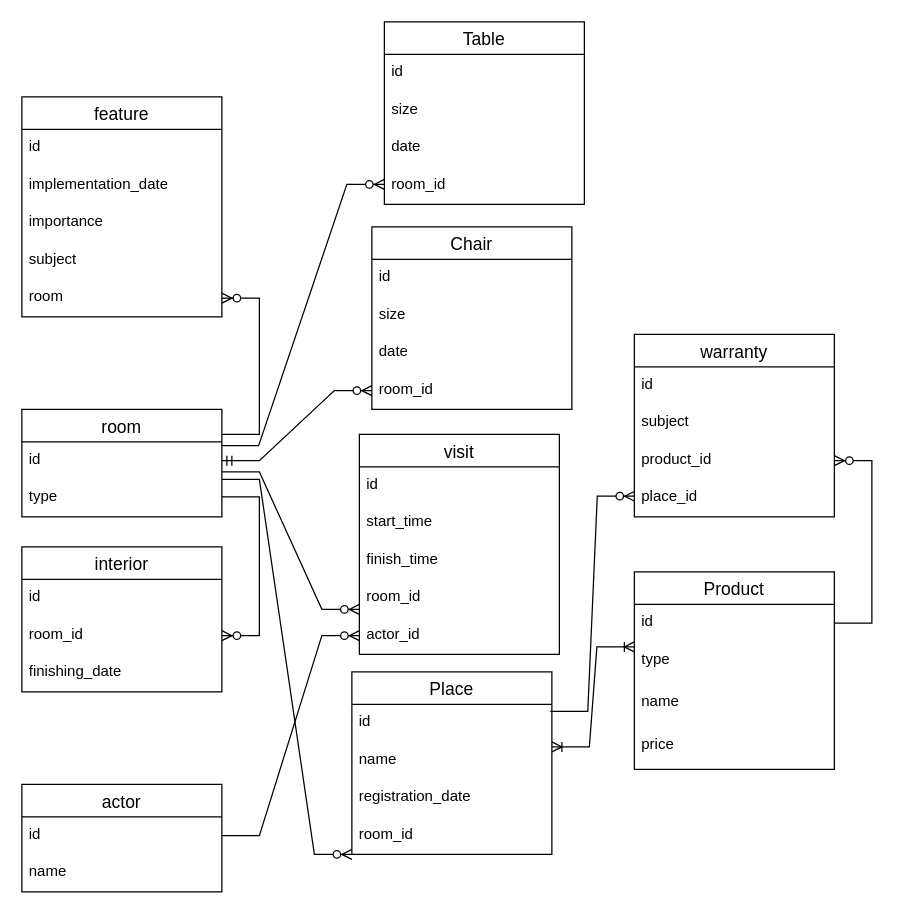
ShchA317/DBs keeps this draw.io diagram as lab1/images/Диаграмма без названия.drawio. Above is the earlier version. Source tidied: cells renumbered, new cells numbered last; positions are measured from the earlier drawing's top-left corner, leaving out a move shared by most shapes. Both pictures are drawn from the tidied source at 125%, with x=0, y=0 at pixel (-66, -68).
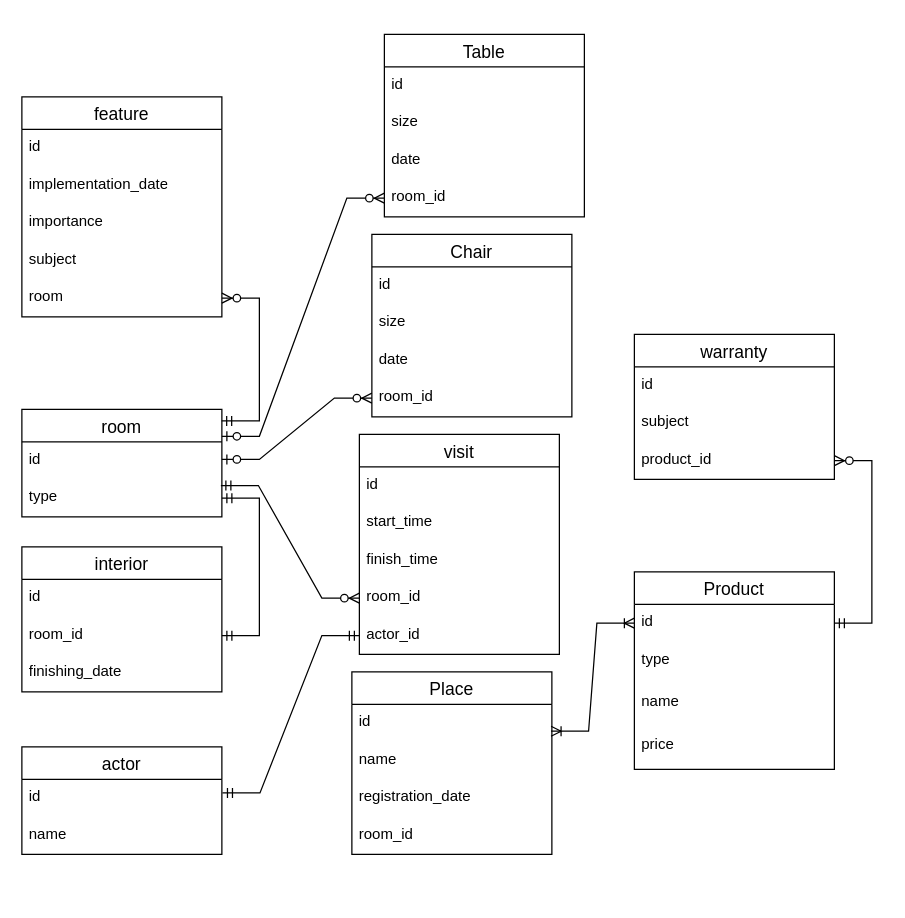
After the change.

Commit message:
диаграмма без циклической зависимости и с красивыми стрелочками

Unchanged cells that the change refers to:
```xml
<mxCell id="6" value="room_id" style="text;strokeColor=none;fillColor=none;spacingLeft=4;spacingRight=4;overflow=hidden;points=[[0,0.5],[1,0.5]];portConstraint=eastwest;fontSize=12;whiteSpace=wrap;html=1;" parent="2" vertex="1">
  <mxGeometry y="116" width="160" height="30" as="geometry" />
</mxCell>
<mxCell id="8" value="id" style="text;strokeColor=none;fillColor=none;spacingLeft=4;spacingRight=4;overflow=hidden;points=[[0,0.5],[1,0.5]];portConstraint=eastwest;fontSize=12;whiteSpace=wrap;html=1;" parent="7" vertex="1">
  <mxGeometry y="26" width="160" height="30" as="geometry" />
</mxCell>
<mxCell id="14" value="room_id" style="text;strokeColor=none;fillColor=none;spacingLeft=4;spacingRight=4;overflow=hidden;points=[[0,0.5],[1,0.5]];portConstraint=eastwest;fontSize=12;whiteSpace=wrap;html=1;" parent="12" vertex="1">
  <mxGeometry y="56" width="160" height="30" as="geometry" />
</mxCell>
<mxCell id="17" value="id" style="text;strokeColor=none;fillColor=none;spacingLeft=4;spacingRight=4;overflow=hidden;points=[[0,0.5],[1,0.5]];portConstraint=eastwest;fontSize=12;whiteSpace=wrap;html=1;" parent="16" vertex="1">
  <mxGeometry y="26" width="160" height="30" as="geometry" />
</mxCell>
<mxCell id="25" value="room_id" style="text;strokeColor=none;fillColor=none;spacingLeft=4;spacingRight=4;overflow=hidden;points=[[0,0.5],[1,0.5]];portConstraint=eastwest;fontSize=12;whiteSpace=wrap;html=1;" parent="21" vertex="1">
  <mxGeometry y="116" width="160" height="30" as="geometry" />
</mxCell>
<mxCell id="30" value="room_id" style="text;strokeColor=none;fillColor=none;spacingLeft=4;spacingRight=4;overflow=hidden;points=[[0,0.5],[1,0.5]];portConstraint=eastwest;fontSize=12;whiteSpace=wrap;html=1;" parent="26" vertex="1">
  <mxGeometry y="116" width="160" height="30" as="geometry" />
</mxCell>
<mxCell id="31" value="actor_id" style="text;strokeColor=none;fillColor=none;spacingLeft=4;spacingRight=4;overflow=hidden;points=[[0,0.5],[1,0.5]];portConstraint=eastwest;fontSize=12;whiteSpace=wrap;html=1;" parent="26" vertex="1">
  <mxGeometry y="146" width="160" height="30" as="geometry" />
</mxCell>
<mxCell id="37" value="room" style="text;strokeColor=none;fillColor=none;spacingLeft=4;spacingRight=4;overflow=hidden;points=[[0,0.5],[1,0.5]];portConstraint=eastwest;fontSize=12;whiteSpace=wrap;html=1;" parent="32" vertex="1">
  <mxGeometry y="146" width="160" height="30" as="geometry" />
</mxCell>
<mxCell id="41" value="product_id" style="text;strokeColor=none;fillColor=none;spacingLeft=4;spacingRight=4;overflow=hidden;points=[[0,0.5],[1,0.5]];portConstraint=eastwest;fontSize=12;whiteSpace=wrap;html=1;" parent="38" vertex="1">
  <mxGeometry y="86" width="160" height="30" as="geometry" />
</mxCell>
<mxCell id="43" value="room" style="swimlane;fontStyle=0;horizontal=1;startSize=26;align=center;fontSize=14;" parent="1" vertex="1">
  <mxGeometry x="70" y="381" width="160" height="86" as="geometry" />
</mxCell>
<mxCell id="44" value="id" style="text;strokeColor=none;fillColor=none;spacingLeft=4;spacingRight=4;overflow=hidden;points=[[0,0.5],[1,0.5]];portConstraint=eastwest;fontSize=12;whiteSpace=wrap;html=1;" parent="43" vertex="1">
  <mxGeometry y="26" width="160" height="30" as="geometry" />
</mxCell>
<mxCell id="45" value="type" style="text;strokeColor=none;fillColor=none;spacingLeft=4;spacingRight=4;overflow=hidden;points=[[0,0.5],[1,0.5]];portConstraint=eastwest;fontSize=12;whiteSpace=wrap;html=1;" parent="43" vertex="1">
  <mxGeometry y="56" width="160" height="30" as="geometry" />
</mxCell>
<mxCell id="47" value="id" style="text;strokeColor=none;fillColor=none;spacingLeft=4;spacingRight=4;overflow=hidden;points=[[0,0.5],[1,0.5]];portConstraint=eastwest;fontSize=12;whiteSpace=wrap;html=1;" parent="46" vertex="1">
  <mxGeometry y="26" width="160" height="30" as="geometry" />
</mxCell>
```

Diff of the diagram source:
```diff
@@
     <mxCell id="2" value="Table" style="swimlane;fontStyle=0;horizontal=1;startSize=26;align=center;fontSize=14;" parent="1" vertex="1">
-      <mxGeometry x="360" y="71" width="160" height="146" as="geometry" />
+      <mxGeometry x="360" y="81" width="160" height="146" as="geometry" />
     </mxCell>
@@
     <mxCell id="21" value="Chair" style="swimlane;fontStyle=0;horizontal=1;startSize=26;align=center;fontSize=14;" parent="1" vertex="1">
-      <mxGeometry x="350" y="235" width="160" height="146" as="geometry" />
+      <mxGeometry x="350" y="241" width="160" height="146" as="geometry" />
     </mxCell>
@@
     <mxCell id="38" value="warranty" style="swimlane;fontStyle=0;horizontal=1;startSize=26;align=center;fontSize=14;" parent="1" vertex="1">
-      <mxGeometry x="560" y="321" width="160" height="146" as="geometry" />
+      <mxGeometry x="560" y="321" width="160" height="116" as="geometry" />
     </mxCell>
@@
-    <mxCell id="42" value="place_id" style="text;strokeColor=none;fillColor=none;spacingLeft=4;spacingRight=4;overflow=hidden;points=[[0,0.5],[1,0.5]];portConstraint=eastwest;fontSize=12;whiteSpace=wrap;html=1;" parent="38" vertex="1">
-      <mxGeometry y="116" width="160" height="30" as="geometry" />
-    </mxCell>
@@
     <mxCell id="46" value="actor" style="swimlane;fontStyle=0;horizontal=1;startSize=26;align=center;fontSize=14;" parent="1" vertex="1">
-      <mxGeometry x="70" y="681" width="160" height="86" as="geometry" />
+      <mxGeometry x="70" y="651" width="160" height="86" as="geometry" />
     </mxCell>
@@
-    <mxCell id="49" style="edgeStyle=entityRelationEdgeStyle;fontSize=12;html=1;endArrow=ERzeroToMany;endFill=1;rounded=0;exitX=0.996;exitY=0.133;exitDx=0;exitDy=0;exitPerimeter=0;" parent="1" edge="1">
-      <mxGeometry relative="1" as="geometry">
-        <mxPoint x="229.4" y="410" as="sourcePoint" />
-        <mxPoint x="360" y="201" as="targetPoint" />
-        <Array as="points">
-          <mxPoint x="60" y="550" />
-          <mxPoint x="290" y="310" />
-          <mxPoint x="320" y="200" />
-          <mxPoint x="10" y="500" />
-          <mxPoint x="300" />
-          <mxPoint x="30" y="520" />
-          <mxPoint y="490" />
-        </Array>
-      </mxGeometry>
-    </mxCell>
-    <mxCell id="50" style="edgeStyle=entityRelationEdgeStyle;fontSize=12;html=1;endArrow=ERzeroToMany;endFill=1;rounded=0;exitX=1;exitY=0.5;exitDx=0;exitDy=0;entryX=0;entryY=0.5;entryDx=0;entryDy=0;" parent="1" edge="1">
-      <mxGeometry relative="1" as="geometry">
-        <mxPoint x="230" y="431" as="sourcePoint" />
-        <mxPoint x="340" y="541" as="targetPoint" />
-      </mxGeometry>
-    </mxCell>
+    <mxCell id="58" style="edgeStyle=entityRelationEdgeStyle;fontSize=12;html=1;endArrow=ERoneToMany;startArrow=ERoneToMany;rounded=0;entryX=0;entryY=0.5;entryDx=0;entryDy=0;exitX=0.996;exitY=0.716;exitDx=0;exitDy=0;exitPerimeter=0;" parent="1" edge="1" source="8" target="17">
+      <mxGeometry relative="1" as="geometry" />
+    </mxCell>
-    <mxCell id="51" style="edgeStyle=entityRelationEdgeStyle;fontSize=12;html=1;endArrow=ERzeroToMany;endFill=1;rounded=0;exitX=1;exitY=0.5;exitDx=0;exitDy=0;" parent="1" edge="1" source="47" target="31">
+    <mxCell id="51" style="edgeStyle=entityRelationEdgeStyle;fontSize=12;html=1;endArrow=ERmandOne;startArrow=ERmandOne;rounded=0;exitX=1.003;exitY=0.36;exitDx=0;exitDy=0;exitPerimeter=0;" parent="1" edge="1" source="47" target="31">
       <mxGeometry relative="1" as="geometry" />
     </mxCell>
-    <mxCell id="52" style="edgeStyle=entityRelationEdgeStyle;fontSize=12;html=1;endArrow=ERzeroToMany;endFill=1;rounded=0;exitX=1;exitY=0.5;exitDx=0;exitDy=0;" parent="1" edge="1">
-      <mxGeometry relative="1" as="geometry">
-        <mxPoint x="230" y="437" as="sourcePoint" />
-        <mxPoint x="334" y="737" as="targetPoint" />
-      </mxGeometry>
-    </mxCell>
-    <mxCell id="53" style="edgeStyle=entityRelationEdgeStyle;fontSize=12;html=1;endArrow=ERzeroToMany;endFill=1;rounded=0;entryX=0.002;entryY=0.449;entryDx=0;entryDy=0;entryPerimeter=0;exitX=0.992;exitY=0.187;exitDx=0;exitDy=0;exitPerimeter=0;" parent="1" edge="1" source="8" target="42">
-      <mxGeometry relative="1" as="geometry">
-        <Array as="points">
-          <mxPoint x="500" y="630" />
-          <mxPoint x="530" y="629.6" />
-          <mxPoint x="510" y="648.6" />
-          <mxPoint x="550" y="443.6" />
-        </Array>
-      </mxGeometry>
-    </mxCell>
+    <mxCell id="59" style="edgeStyle=entityRelationEdgeStyle;fontSize=12;html=1;endArrow=ERzeroToMany;startArrow=ERzeroToOne;rounded=0;exitX=1;exitY=0.25;exitDx=0;exitDy=0;entryX=0;entryY=0.5;entryDx=0;entryDy=0;" parent="1" edge="1" source="43" target="6">
+      <mxGeometry relative="1" as="geometry" />
+    </mxCell>
+    <mxCell id="56" style="edgeStyle=entityRelationEdgeStyle;fontSize=12;html=1;endArrow=ERzeroToMany;startArrow=ERmandOne;rounded=0;exitX=0.999;exitY=0.107;exitDx=0;exitDy=0;exitPerimeter=0;" parent="1" edge="1" source="43" target="37">
+      <mxGeometry relative="1" as="geometry">
+        <Array as="points">
+          <mxPoint x="250" y="491" />
+        </Array>
+      </mxGeometry>
+    </mxCell>
+    <mxCell id="60" style="edgeStyle=entityRelationEdgeStyle;fontSize=12;html=1;endArrow=ERzeroToMany;startArrow=ERzeroToOne;rounded=0;entryX=0;entryY=0.5;entryDx=0;entryDy=0;" parent="1" edge="1" target="25">
+      <mxGeometry relative="1" as="geometry">
+        <mxPoint x="230" y="421" as="sourcePoint" />
+      </mxGeometry>
+    </mxCell>
+    <mxCell id="61" style="edgeStyle=entityRelationEdgeStyle;fontSize=12;html=1;endArrow=ERzeroToMany;startArrow=ERmandOne;rounded=0;exitX=0.995;exitY=0.164;exitDx=0;exitDy=0;exitPerimeter=0;" parent="1" edge="1" source="45" target="30">
+      <mxGeometry relative="1" as="geometry" />
+    </mxCell>
+    <mxCell id="62" style="edgeStyle=entityRelationEdgeStyle;fontSize=12;html=1;endArrow=ERmandOne;startArrow=ERmandOne;rounded=0;entryX=1;entryY=0.5;entryDx=0;entryDy=0;" parent="1" edge="1" source="14" target="45">
+      <mxGeometry relative="1" as="geometry" />
+    </mxCell>
-    <mxCell id="54" style="edgeStyle=entityRelationEdgeStyle;fontSize=12;html=1;endArrow=ERzeroToMany;endFill=1;rounded=0;exitX=1;exitY=0.5;exitDx=0;exitDy=0;" parent="1" edge="1" source="17" target="41">
+    <mxCell id="54" style="edgeStyle=entityRelationEdgeStyle;fontSize=12;html=1;endArrow=ERzeroToMany;startArrow=ERmandOne;rounded=0;exitX=1;exitY=0.5;exitDx=0;exitDy=0;" parent="1" edge="1" source="17" target="41">
       <mxGeometry relative="1" as="geometry" />
     </mxCell>
-    <mxCell id="55" style="edgeStyle=entityRelationEdgeStyle;fontSize=12;html=1;endArrow=ERzeroToMany;endFill=1;rounded=0;exitX=0.998;exitY=0.169;exitDx=0;exitDy=0;exitPerimeter=0;entryX=1;entryY=0.5;entryDx=0;entryDy=0;" parent="1" edge="1" target="14">
-      <mxGeometry relative="1" as="geometry">
-        <mxPoint x="230" y="451" as="sourcePoint" />
-        <Array as="points">
-          <mxPoint x="250.3" y="509.9" />
-          <mxPoint x="240.3" y="509.9" />
-        </Array>
-      </mxGeometry>
-    </mxCell>
-    <mxCell id="56" style="edgeStyle=entityRelationEdgeStyle;fontSize=12;html=1;endArrow=ERzeroToMany;endFill=1;rounded=0;exitX=1;exitY=0.233;exitDx=0;exitDy=0;exitPerimeter=0;" parent="1" edge="1" source="43" target="37">
-      <mxGeometry relative="1" as="geometry">
-        <Array as="points">
-          <mxPoint x="300" y="651" />
-          <mxPoint x="280" y="891" />
-          <mxPoint x="260" y="921" />
-        </Array>
-      </mxGeometry>
-    </mxCell>
-    <mxCell id="57" style="edgeStyle=entityRelationEdgeStyle;fontSize=12;html=1;endArrow=ERzeroToMany;startArrow=ERmandOne;rounded=0;entryX=0;entryY=0.5;entryDx=0;entryDy=0;" parent="1" edge="1" source="44" target="25">
-      <mxGeometry relative="1" as="geometry">
-        <Array as="points">
-          <mxPoint x="240" y="431" />
-        </Array>
-      </mxGeometry>
-    </mxCell>
-    <mxCell id="58" style="edgeStyle=entityRelationEdgeStyle;fontSize=12;html=1;endArrow=ERoneToMany;startArrow=ERoneToMany;rounded=0;entryX=0;entryY=0.5;entryDx=0;entryDy=0;exitX=1;exitY=0.5;exitDx=0;exitDy=0;" parent="1" edge="1">
-      <mxGeometry relative="1" as="geometry">
-        <mxPoint x="494" y="651" as="sourcePoint" />
-        <mxPoint x="560" y="571" as="targetPoint" />
-      </mxGeometry>
-    </mxCell>
```
